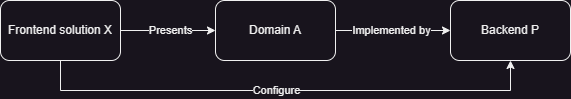
This is wiki-diagrams/overview-diagram-1.png from harisux/fullstack-playground-1, a draw.io export, as it was before one commit. Source tidied: cells renumbered, new cells last; positions are measured from the earlier drawing's top-left corner, leaving out a move shared by most shapes. Source of this version:
```xml
<mxGraphModel>
  <root>
    <mxCell id="0" />
    <mxCell id="1" parent="0" />
    <mxCell id="2" style="edgeStyle=orthogonalEdgeStyle;rounded=0;jettySize=auto;html=1;exitX=1;exitY=0.5;exitDx=0;exitDy=0;entryX=0;entryY=0.5;entryDx=0;entryDy=0;" parent="1" edge="1" source="6" target="9">
      <mxGeometry relative="1" as="geometry" />
    </mxCell>
    <mxCell id="3" value="Presents" style="edgeLabel;html=1;align=center;verticalAlign=middle;" parent="2" vertex="1">
      <mxGeometry x="0.19" y="2" relative="1" as="geometry">
        <mxPoint x="-7" y="2" as="offset" />
      </mxGeometry>
    </mxCell>
    <mxCell id="4" style="edgeStyle=orthogonalEdgeStyle;rounded=0;jettySize=auto;html=1;exitX=0.5;exitY=1;exitDx=0;exitDy=0;entryX=0.5;entryY=1;entryDx=0;entryDy=0;" parent="1" edge="1" source="6" target="10">
      <mxGeometry relative="1" as="geometry">
        <Array as="points">
          <mxPoint x="60" y="90" />
          <mxPoint x="510" y="90" />
        </Array>
      </mxGeometry>
    </mxCell>
    <mxCell id="5" value="Configure" style="edgeLabel;html=1;align=center;verticalAlign=middle;" parent="4" vertex="1">
      <mxGeometry x="0.09" y="-3" relative="1" as="geometry">
        <mxPoint x="-33" y="-3" as="offset" />
      </mxGeometry>
    </mxCell>
    <mxCell id="6" value="Frontend solution X" style="rounded=1;whiteSpace=wrap;html=1;" parent="1" vertex="1">
      <mxGeometry width="120" height="60" as="geometry" />
    </mxCell>
    <mxCell id="7" style="edgeStyle=orthogonalEdgeStyle;rounded=0;jettySize=auto;html=1;exitX=1;exitY=0.5;exitDx=0;exitDy=0;entryX=0;entryY=0.5;entryDx=0;entryDy=0;" parent="1" edge="1" source="9" target="10">
      <mxGeometry relative="1" as="geometry" />
    </mxCell>
    <mxCell id="8" value="Implemented by" style="edgeLabel;html=1;align=center;verticalAlign=middle;" parent="7" vertex="1">
      <mxGeometry x="-0.02" y="-6" relative="1" as="geometry">
        <mxPoint y="-6" as="offset" />
      </mxGeometry>
    </mxCell>
    <mxCell id="9" value="Domain A" style="rounded=1;whiteSpace=wrap;html=1;" parent="1" vertex="1">
      <mxGeometry x="215" width="120" height="60" as="geometry" />
    </mxCell>
    <mxCell id="10" value="Backend P" style="rounded=1;whiteSpace=wrap;html=1;" parent="1" vertex="1">
      <mxGeometry x="450" width="120" height="60" as="geometry" />
    </mxCell>
  </root>
</mxGraphModel>
```
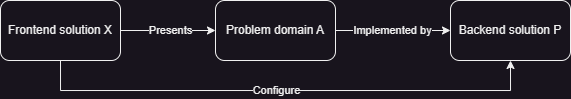
The same diagram one commit later.

Commit message:
docs: :memo: updated overview diagram

Diff of the diagram source:
```diff
@@ -34,10 +34,10 @@
         <mxPoint y="-6" as="offset" />
       </mxGeometry>
     </mxCell>
-    <mxCell id="9" value="Domain A" style="rounded=1;whiteSpace=wrap;html=1;" parent="1" vertex="1">
+    <mxCell id="9" value="Problem domain A" style="rounded=1;whiteSpace=wrap;html=1;" parent="1" vertex="1">
       <mxGeometry x="215" width="120" height="60" as="geometry" />
     </mxCell>
-    <mxCell id="10" value="Backend P" style="rounded=1;whiteSpace=wrap;html=1;" parent="1" vertex="1">
+    <mxCell id="10" value="Backend solution P" style="rounded=1;whiteSpace=wrap;html=1;" parent="1" vertex="1">
       <mxGeometry x="450" width="120" height="60" as="geometry" />
     </mxCell>
   </root>
```
